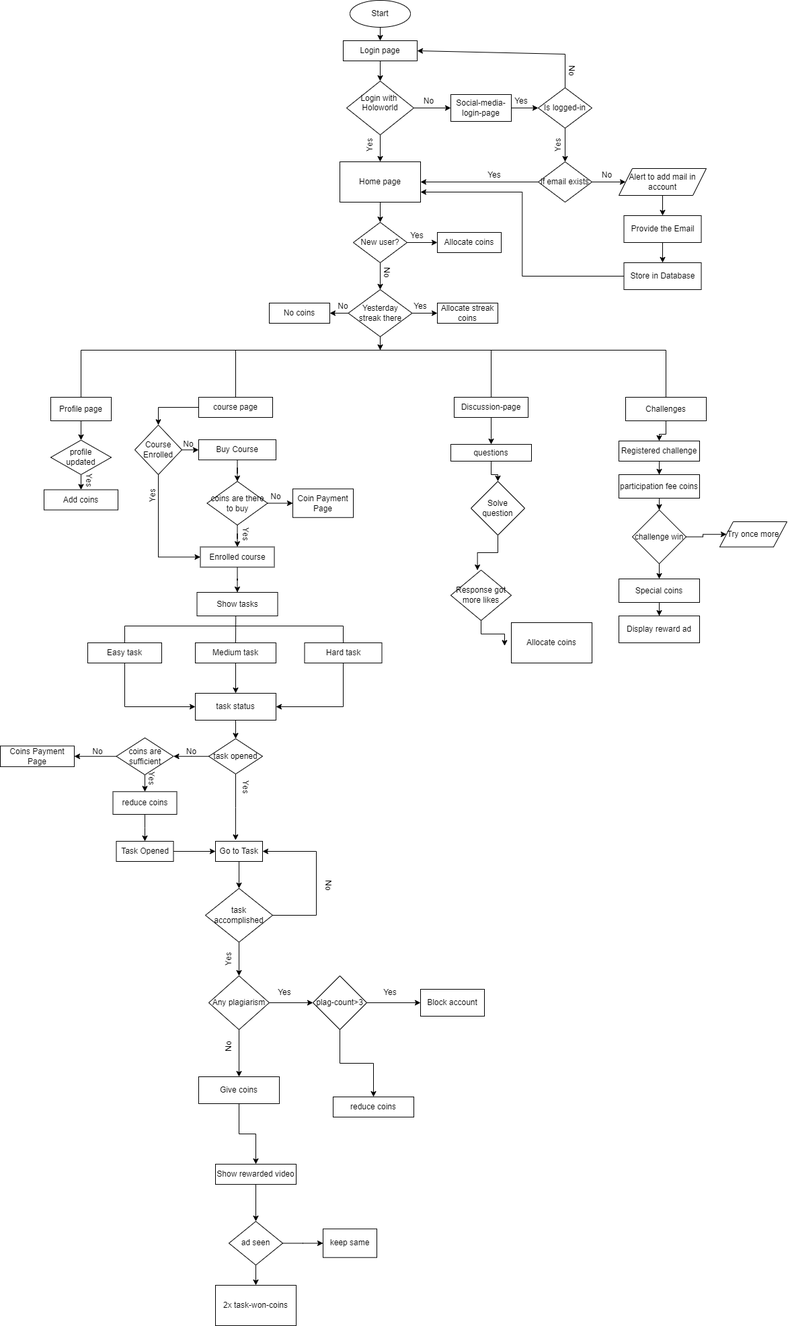
This is public/Coin-flow-chart.drawio.png from karthiksatish159/googleads, a draw.io export, as it was before one commit. Source tidied: cells renumbered, new cells last; positions are measured from the earlier drawing's top-left corner, leaving out a move shared by most shapes.
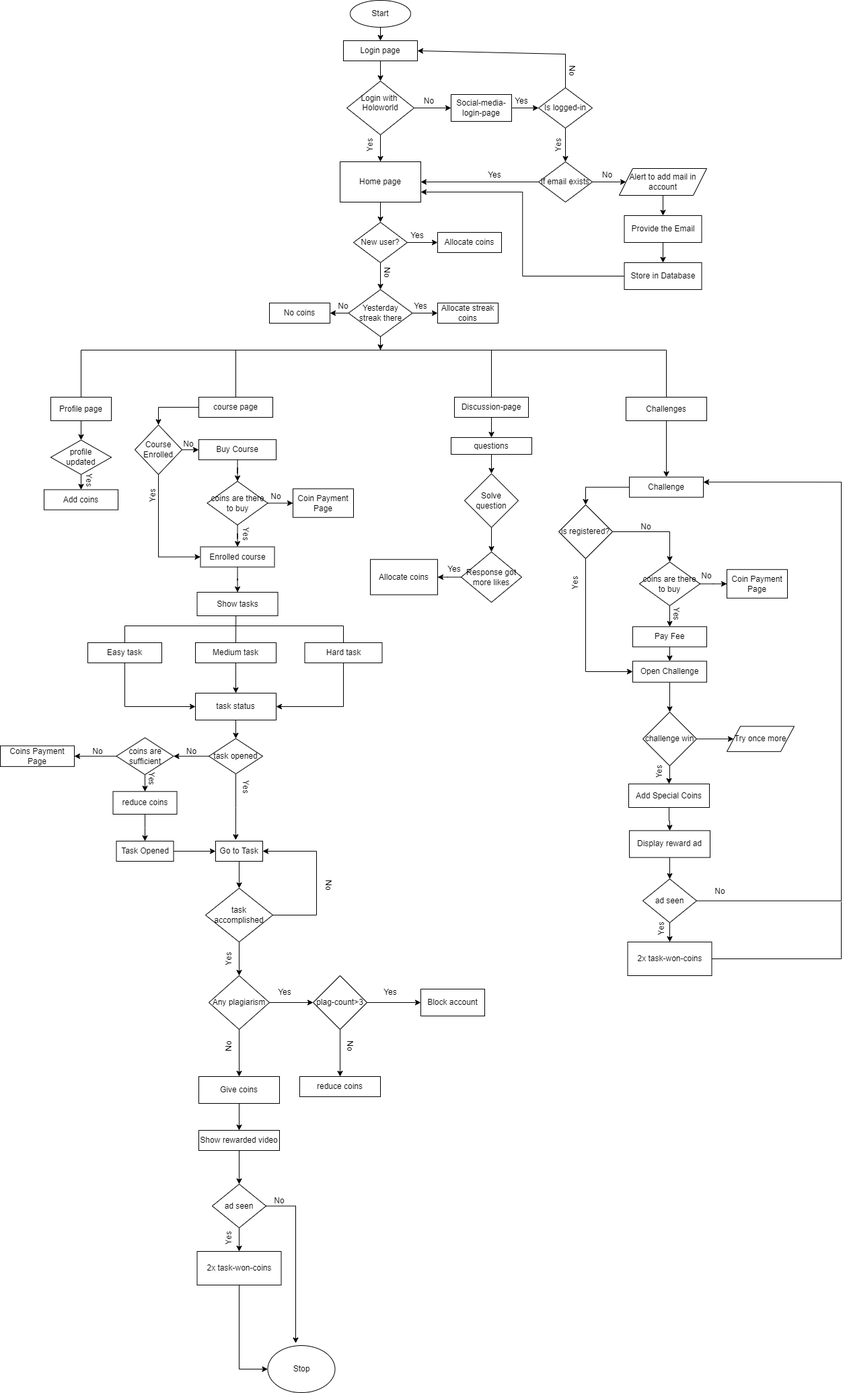
The same diagram one commit later.

The edit, as a diff of the source:
```diff
@@ -138,7 +138,7 @@
       <mxGeometry x="625" y="1470" width="95" height="40" as="geometry" />
     </mxCell>
     <mxCell id="45" value="reduce coins" style="whiteSpace=wrap;html=1;rounded=0;" parent="1" vertex="1">
-      <mxGeometry x="495" y="1630" width="120" height="30" as="geometry" />
+      <mxGeometry x="445" y="1600" width="120" height="30" as="geometry" />
     </mxCell>
     <mxCell id="46" style="edgeStyle=orthogonalEdgeStyle;rounded=0;jettySize=auto;html=1;" parent="1" edge="1" source="47" target="49">
       <mxGeometry relative="1" as="geometry" />
@@ -150,23 +150,20 @@
       <mxGeometry relative="1" as="geometry" />
     </mxCell>
     <mxCell id="49" value="Show rewarded video&lt;br&gt;" style="whiteSpace=wrap;html=1;rounded=0;" parent="1" vertex="1">
-      <mxGeometry x="320" y="1730" width="120" height="30" as="geometry" />
+      <mxGeometry x="295" y="1680" width="120" height="30" as="geometry" />
     </mxCell>
     <mxCell id="50" style="edgeStyle=orthogonalEdgeStyle;rounded=0;jettySize=auto;html=1;" parent="1" edge="1" source="52" target="53">
       <mxGeometry relative="1" as="geometry" />
     </mxCell>
-    <mxCell id="51" style="edgeStyle=orthogonalEdgeStyle;rounded=0;jettySize=auto;html=1;" parent="1" edge="1" source="52" target="54">
+    <mxCell id="51" style="edgeStyle=orthogonalEdgeStyle;rounded=0;jettySize=auto;html=1;entryX=0.415;entryY=-0.05;entryDx=0;entryDy=0;entryPerimeter=0;" parent="1" edge="1" source="52" target="154">
       <mxGeometry relative="1" as="geometry" />
     </mxCell>
     <mxCell id="52" value="ad seen" style="rhombus;whiteSpace=wrap;html=1;rounded=0;" parent="1" vertex="1">
-      <mxGeometry x="340" y="1815" width="80" height="65" as="geometry" />
+      <mxGeometry x="315" y="1760" width="80" height="65" as="geometry" />
     </mxCell>
     <mxCell id="53" value="2x task-won-coins" style="whiteSpace=wrap;html=1;rounded=0;" parent="1" vertex="1">
-      <mxGeometry x="320" y="1910" width="120" height="60" as="geometry" />
+      <mxGeometry x="292.5" y="1860" width="125" height="50" as="geometry" />
     </mxCell>
-    <mxCell id="54" value="keep same" style="whiteSpace=wrap;html=1;rounded=0;" parent="1" vertex="1">
-      <mxGeometry x="480" y="1826.2" width="80" height="42.5" as="geometry" />
-    </mxCell>
     <mxCell id="55" style="edgeStyle=orthogonalEdgeStyle;rounded=0;jettySize=auto;html=1;" parent="1" edge="1" source="56" target="58">
       <mxGeometry relative="1" as="geometry" />
     </mxCell>
@@ -188,68 +185,33 @@
     <mxCell id="61" value="Discussion-page" style="rounded=0;whiteSpace=wrap;html=1;" parent="1" vertex="1">
       <mxGeometry x="675" y="590" width="110" height="30" as="geometry" />
     </mxCell>
-    <mxCell id="62" style="edgeStyle=orthogonalEdgeStyle;rounded=0;jettySize=auto;html=1;" parent="1" edge="1" source="63">
-      <mxGeometry relative="1" as="geometry">
-        <mxPoint x="750" y="959.4" as="targetPoint" />
-      </mxGeometry>
-    </mxCell>
+    <mxCell id="150" style="edgeStyle=orthogonalEdgeStyle;rounded=0;jettySize=auto;html=1;" parent="1" edge="1" source="63" target="68">
+      <mxGeometry relative="1" as="geometry" />
+    </mxCell>
     <mxCell id="63" value="Response got more likes" style="rhombus;whiteSpace=wrap;html=1;rounded=0;" parent="1" vertex="1">
-      <mxGeometry x="670" y="846.9" width="90" height="75" as="geometry" />
+      <mxGeometry x="685" y="820" width="90" height="75" as="geometry" />
     </mxCell>
-    <mxCell id="64" style="edgeStyle=orthogonalEdgeStyle;rounded=0;jettySize=auto;html=1;entryX=0.44;entryY=0.004;entryDx=0;entryDy=0;entryPerimeter=0;" parent="1" edge="1" source="65" target="63">
+    <mxCell id="64" style="edgeStyle=orthogonalEdgeStyle;rounded=0;jettySize=auto;html=1;" parent="1" edge="1" source="65" target="63">
       <mxGeometry relative="1" as="geometry" />
     </mxCell>
     <mxCell id="65" value="&lt;span style=&quot;&quot;&gt;Solve question&lt;/span&gt;" style="rhombus;whiteSpace=wrap;html=1;rounded=0;" parent="1" vertex="1">
-      <mxGeometry x="700" y="715" width="80" height="80" as="geometry" />
+      <mxGeometry x="690" y="703.8" width="80" height="80" as="geometry" />
     </mxCell>
     <mxCell id="66" style="edgeStyle=orthogonalEdgeStyle;rounded=0;jettySize=auto;html=1;" parent="1" edge="1" source="67" target="65">
       <mxGeometry relative="1" as="geometry" />
     </mxCell>
     <mxCell id="67" value="questions" style="whiteSpace=wrap;html=1;rounded=0;" parent="1" vertex="1">
-      <mxGeometry x="670" y="660" width="120" height="25" as="geometry" />
+      <mxGeometry x="670" y="650" width="120" height="25" as="geometry" />
     </mxCell>
     <mxCell id="68" value="Allocate coins" style="whiteSpace=wrap;html=1;rounded=0;" parent="1" vertex="1">
-      <mxGeometry x="760" y="925" width="120" height="60" as="geometry" />
+      <mxGeometry x="550" y="831.2" width="100" height="52.5" as="geometry" />
     </mxCell>
-    <mxCell id="69" style="edgeStyle=orthogonalEdgeStyle;rounded=0;jettySize=auto;html=1;" parent="1" edge="1" source="70" target="72">
-      <mxGeometry relative="1" as="geometry" />
-    </mxCell>
+    <mxCell id="151" style="edgeStyle=orthogonalEdgeStyle;rounded=0;jettySize=auto;html=1;" parent="1" edge="1" source="70" target="159">
+      <mxGeometry relative="1" as="geometry" />
+    </mxCell>
     <mxCell id="70" value="Challenges" style="rounded=0;whiteSpace=wrap;html=1;" parent="1" vertex="1">
       <mxGeometry x="930" y="590" width="120" height="35" as="geometry" />
     </mxCell>
-    <mxCell id="71" style="edgeStyle=orthogonalEdgeStyle;rounded=0;jettySize=auto;html=1;" parent="1" edge="1" source="72" target="74">
-      <mxGeometry relative="1" as="geometry" />
-    </mxCell>
-    <mxCell id="72" value="Registered challenge" style="whiteSpace=wrap;html=1;rounded=0;" parent="1" vertex="1">
-      <mxGeometry x="920" y="655" width="120" height="30" as="geometry" />
-    </mxCell>
-    <mxCell id="73" style="edgeStyle=orthogonalEdgeStyle;rounded=0;jettySize=auto;html=1;" parent="1" edge="1" source="74" target="77">
-      <mxGeometry relative="1" as="geometry" />
-    </mxCell>
-    <mxCell id="74" value="participation fee coins" style="whiteSpace=wrap;html=1;rounded=0;" parent="1" vertex="1">
-      <mxGeometry x="920" y="705" width="120" height="35" as="geometry" />
-    </mxCell>
-    <mxCell id="75" style="edgeStyle=orthogonalEdgeStyle;rounded=0;jettySize=auto;html=1;" parent="1" edge="1" source="77" target="79">
-      <mxGeometry relative="1" as="geometry" />
-    </mxCell>
-    <mxCell id="76" style="edgeStyle=orthogonalEdgeStyle;rounded=0;jettySize=auto;html=1;exitX=1;exitY=0.5;exitDx=0;exitDy=0;entryX=0;entryY=0.5;entryDx=0;entryDy=0;" parent="1" edge="1" source="77" target="81">
-      <mxGeometry relative="1" as="geometry" />
-    </mxCell>
-    <mxCell id="77" value="challenge win" style="rhombus;whiteSpace=wrap;html=1;rounded=0;" parent="1" vertex="1">
-      <mxGeometry x="940" y="757.5" width="80" height="80" as="geometry" />
-    </mxCell>
-    <mxCell id="78" style="edgeStyle=orthogonalEdgeStyle;rounded=0;jettySize=auto;html=1;" parent="1" edge="1" source="79" target="80">
-      <mxGeometry relative="1" as="geometry" />
-    </mxCell>
-    <mxCell id="79" value="Special coins" style="whiteSpace=wrap;html=1;rounded=0;" parent="1" vertex="1">
-      <mxGeometry x="920" y="860" width="120" height="35" as="geometry" />
-    </mxCell>
-    <mxCell id="80" value="Display reward ad" style="whiteSpace=wrap;html=1;rounded=0;" parent="1" vertex="1">
-      <mxGeometry x="920" y="915" width="120" height="40" as="geometry" />
-    </mxCell>
-    <mxCell id="81" value="Try once more" style="shape=parallelogram;perimeter=parallelogramPerimeter;whiteSpace=wrap;html=1;fixedSize=1;" parent="1" vertex="1">
-      <mxGeometry x="1070" y="775" width="100" height="37.5" as="geometry" />
-    </mxCell>
     <mxCell id="82" style="endArrow=classic;html=1;rounded=0;" parent="1" edge="1" source="2" target="3">
       <mxGeometry relative="1" as="geometry" />
     </mxCell>
@@ -499,5 +461,140 @@
     <mxCell id="149" value="Yes" style="text;html=1;strokeColor=none;fillColor=none;align=center;verticalAlign=middle;whiteSpace=wrap;rounded=0;" parent="1" vertex="1">
       <mxGeometry x="550" y="1460" width="60" height="30" as="geometry" />
     </mxCell>
+    <mxCell id="152" value="No" style="text;html=1;strokeColor=none;fillColor=none;align=center;verticalAlign=middle;whiteSpace=wrap;rounded=0;rotation=90;" parent="1" vertex="1">
+      <mxGeometry x="490" y="1540" width="60" height="30" as="geometry" />
+    </mxCell>
+    <mxCell id="153" value="Yes" style="text;html=1;strokeColor=none;fillColor=none;align=center;verticalAlign=middle;whiteSpace=wrap;rounded=0;rotation=-90;" parent="1" vertex="1">
+      <mxGeometry x="310" y="1825" width="60" height="30" as="geometry" />
+    </mxCell>
+    <mxCell id="154" value="Stop" style="ellipse;whiteSpace=wrap;html=1;" parent="1" vertex="1">
+      <mxGeometry x="397.5" y="2000" width="100" height="70" as="geometry" />
+    </mxCell>
+    <mxCell id="155" style="endArrow=classic;html=1;rounded=0;exitX=0.5;exitY=1;exitDx=0;exitDy=0;entryX=0;entryY=0.5;entryDx=0;entryDy=0;" parent="1" edge="1" source="53" target="154">
+      <mxGeometry relative="1" as="geometry">
+        <Array as="points">
+          <mxPoint x="355" y="2035" />
+        </Array>
+      </mxGeometry>
+    </mxCell>
+    <mxCell id="156" value="No" style="text;html=1;strokeColor=none;fillColor=none;align=center;verticalAlign=middle;whiteSpace=wrap;rounded=0;" parent="1" vertex="1">
+      <mxGeometry x="385" y="1770" width="60" height="30" as="geometry" />
+    </mxCell>
+    <mxCell id="157" value="Yes" style="text;html=1;strokeColor=none;fillColor=none;align=center;verticalAlign=middle;whiteSpace=wrap;rounded=0;" parent="1" vertex="1">
+      <mxGeometry x="645" y="831.2" width="60" height="30" as="geometry" />
+    </mxCell>
+    <mxCell id="158" style="edgeStyle=orthogonalEdgeStyle;rounded=0;jettySize=auto;html=1;entryX=0.5;entryY=0;entryDx=0;entryDy=0;" parent="1" edge="1" source="159" target="170">
+      <mxGeometry relative="1" as="geometry" />
+    </mxCell>
+    <mxCell id="159" value="Challenge" style="rounded=0;whiteSpace=wrap;html=1;" parent="1" vertex="1">
+      <mxGeometry x="935" y="708.8" width="110" height="30" as="geometry" />
+    </mxCell>
+    <mxCell id="160" style="edgeStyle=orthogonalEdgeStyle;rounded=0;jettySize=auto;html=1;" parent="1" edge="1" source="161" target="174">
+      <mxGeometry relative="1" as="geometry" />
+    </mxCell>
+    <mxCell id="161" value="Pay Fee" style="rounded=0;whiteSpace=wrap;html=1;" parent="1" vertex="1">
+      <mxGeometry x="940" y="931.2" width="110" height="30" as="geometry" />
+    </mxCell>
+    <mxCell id="162" style="edgeStyle=orthogonalEdgeStyle;rounded=0;jettySize=auto;html=1;" parent="1" edge="1" source="164" target="165">
+      <mxGeometry relative="1" as="geometry" />
+    </mxCell>
+    <mxCell id="163" style="edgeStyle=orthogonalEdgeStyle;rounded=0;jettySize=auto;html=1;" parent="1" edge="1" source="164" target="161">
+      <mxGeometry relative="1" as="geometry" />
+    </mxCell>
+    <mxCell id="164" value="coins are there to buy" style="rhombus;whiteSpace=wrap;html=1;" parent="1" vertex="1">
+      <mxGeometry x="950" y="835" width="90" height="65" as="geometry" />
+    </mxCell>
+    <mxCell id="165" value="Coin Payment Page" style="whiteSpace=wrap;html=1;" parent="1" vertex="1">
+      <mxGeometry x="1080" y="846.2" width="90" height="42.5" as="geometry" />
+    </mxCell>
+    <mxCell id="166" value="No" style="text;html=1;strokeColor=none;fillColor=none;align=center;verticalAlign=middle;whiteSpace=wrap;rounded=0;" parent="1" vertex="1">
+      <mxGeometry x="1030" y="846.2" width="40" height="20" as="geometry" />
+    </mxCell>
+    <mxCell id="167" value="Yes" style="text;html=1;strokeColor=none;fillColor=none;align=center;verticalAlign=middle;whiteSpace=wrap;rounded=0;rotation=90;" parent="1" vertex="1">
+      <mxGeometry x="985" y="902.5" width="40" height="20" as="geometry" />
+    </mxCell>
+    <mxCell id="168" style="edgeStyle=orthogonalEdgeStyle;rounded=0;jettySize=auto;html=1;entryX=0.5;entryY=0;entryDx=0;entryDy=0;" parent="1" edge="1" source="170" target="164">
+      <mxGeometry relative="1" as="geometry" />
+    </mxCell>
+    <mxCell id="169" style="edgeStyle=orthogonalEdgeStyle;rounded=0;jettySize=auto;html=1;" parent="1" edge="1" source="170" target="174">
+      <mxGeometry relative="1" as="geometry">
+        <Array as="points">
+          <mxPoint x="870" y="998" />
+        </Array>
+      </mxGeometry>
+    </mxCell>
+    <mxCell id="170" value="is registered?" style="rhombus;whiteSpace=wrap;html=1;" parent="1" vertex="1">
+      <mxGeometry x="830" y="750" width="80" height="80" as="geometry" />
+    </mxCell>
+    <mxCell id="171" value="Yes" style="text;html=1;strokeColor=none;fillColor=none;align=center;verticalAlign=middle;whiteSpace=wrap;rounded=0;rotation=-90;" parent="1" vertex="1">
+      <mxGeometry x="830" y="857.5" width="50" height="16.2" as="geometry" />
+    </mxCell>
+    <mxCell id="172" value="No" style="text;html=1;strokeColor=none;fillColor=none;align=center;verticalAlign=middle;whiteSpace=wrap;rounded=0;" parent="1" vertex="1">
+      <mxGeometry x="950" y="780" width="20" height="6.2" as="geometry" />
+    </mxCell>
+    <mxCell id="173" style="edgeStyle=orthogonalEdgeStyle;rounded=0;jettySize=auto;html=1;" parent="1" edge="1" source="174" target="77">
+      <mxGeometry relative="1" as="geometry" />
+    </mxCell>
+    <mxCell id="174" value="Open Challenge" style="rounded=0;whiteSpace=wrap;html=1;" parent="1" vertex="1">
+      <mxGeometry x="940" y="982.5" width="110" height="31.2" as="geometry" />
+    </mxCell>
+    <mxCell id="175" style="edgeStyle=orthogonalEdgeStyle;rounded=0;jettySize=auto;html=1;" parent="1" edge="1" source="77" target="177">
+      <mxGeometry relative="1" as="geometry" />
+    </mxCell>
+    <mxCell id="76" style="edgeStyle=orthogonalEdgeStyle;rounded=0;jettySize=auto;html=1;exitX=1;exitY=0.5;exitDx=0;exitDy=0;entryX=0;entryY=0.5;entryDx=0;entryDy=0;" parent="1" edge="1" source="77" target="81">
+      <mxGeometry relative="1" as="geometry" />
+    </mxCell>
+    <mxCell id="77" value="challenge win" style="rhombus;whiteSpace=wrap;html=1;rounded=0;" parent="1" vertex="1">
+      <mxGeometry x="955" y="1058.1" width="80" height="80" as="geometry" />
+    </mxCell>
+    <mxCell id="176" style="edgeStyle=orthogonalEdgeStyle;rounded=0;jettySize=auto;html=1;" parent="1" edge="1" source="177" target="80">
+      <mxGeometry relative="1" as="geometry" />
+    </mxCell>
+    <mxCell id="177" value="Add Special Coins" style="whiteSpace=wrap;html=1;rounded=0;" parent="1" vertex="1">
+      <mxGeometry x="934" y="1165" width="120" height="35" as="geometry" />
+    </mxCell>
+    <mxCell id="178" style="edgeStyle=orthogonalEdgeStyle;rounded=0;jettySize=auto;html=1;" parent="1" edge="1" source="80" target="182">
+      <mxGeometry relative="1" as="geometry" />
+    </mxCell>
+    <mxCell id="80" value="Display reward ad" style="whiteSpace=wrap;html=1;rounded=0;" parent="1" vertex="1">
+      <mxGeometry x="935" y="1234.4" width="120" height="40" as="geometry" />
+    </mxCell>
+    <mxCell id="81" value="Try once more" style="shape=parallelogram;perimeter=parallelogramPerimeter;whiteSpace=wrap;html=1;fixedSize=1;" parent="1" vertex="1">
+      <mxGeometry x="1080" y="1079.4" width="100" height="37.5" as="geometry" />
+    </mxCell>
+    <mxCell id="179" value="Yes" style="text;html=1;strokeColor=none;fillColor=none;align=center;verticalAlign=middle;whiteSpace=wrap;rounded=0;rotation=-90;" parent="1" vertex="1">
+      <mxGeometry x="960" y="1133.1" width="40" height="26.9" as="geometry" />
+    </mxCell>
+    <mxCell id="180" style="edgeStyle=orthogonalEdgeStyle;rounded=0;jettySize=auto;html=1;" parent="1" edge="1" source="182" target="183">
+      <mxGeometry relative="1" as="geometry" />
+    </mxCell>
+    <mxCell id="181" style="edgeStyle=orthogonalEdgeStyle;rounded=0;jettySize=auto;html=1;entryX=1;entryY=0.25;entryDx=0;entryDy=0;" parent="1" edge="1" source="182" target="159">
+      <mxGeometry relative="1" as="geometry">
+        <Array as="points">
+          <mxPoint x="1250" y="1339" />
+          <mxPoint x="1250" y="716" />
+        </Array>
+      </mxGeometry>
+    </mxCell>
+    <mxCell id="182" value="ad seen" style="rhombus;whiteSpace=wrap;html=1;rounded=0;" parent="1" vertex="1">
+      <mxGeometry x="955" y="1306.2" width="80" height="65" as="geometry" />
+    </mxCell>
+    <mxCell id="183" value="2x task-won-coins" style="whiteSpace=wrap;html=1;rounded=0;" parent="1" vertex="1">
+      <mxGeometry x="932.5" y="1400" width="125" height="50" as="geometry" />
+    </mxCell>
+    <mxCell id="184" value="Yes" style="text;html=1;strokeColor=none;fillColor=none;align=center;verticalAlign=middle;whiteSpace=wrap;rounded=0;rotation=-90;" parent="1" vertex="1">
+      <mxGeometry x="952.5" y="1365.6" width="60" height="30" as="geometry" />
+    </mxCell>
+    <mxCell id="185" value="No" style="text;html=1;strokeColor=none;fillColor=none;align=center;verticalAlign=middle;whiteSpace=wrap;rounded=0;" parent="1" vertex="1">
+      <mxGeometry x="1040" y="1310" width="60" height="30" as="geometry" />
+    </mxCell>
+    <mxCell id="186" style="endArrow=none;html=1;rounded=0;exitX=1;exitY=0.5;exitDx=0;exitDy=0;" parent="1" edge="1" source="183">
+      <mxGeometry relative="1" as="geometry">
+        <mxPoint x="1250" y="1340" as="targetPoint" />
+        <Array as="points">
+          <mxPoint x="1250" y="1425" />
+        </Array>
+      </mxGeometry>
+    </mxCell>
   </root>
 </mxGraphModel>
```
